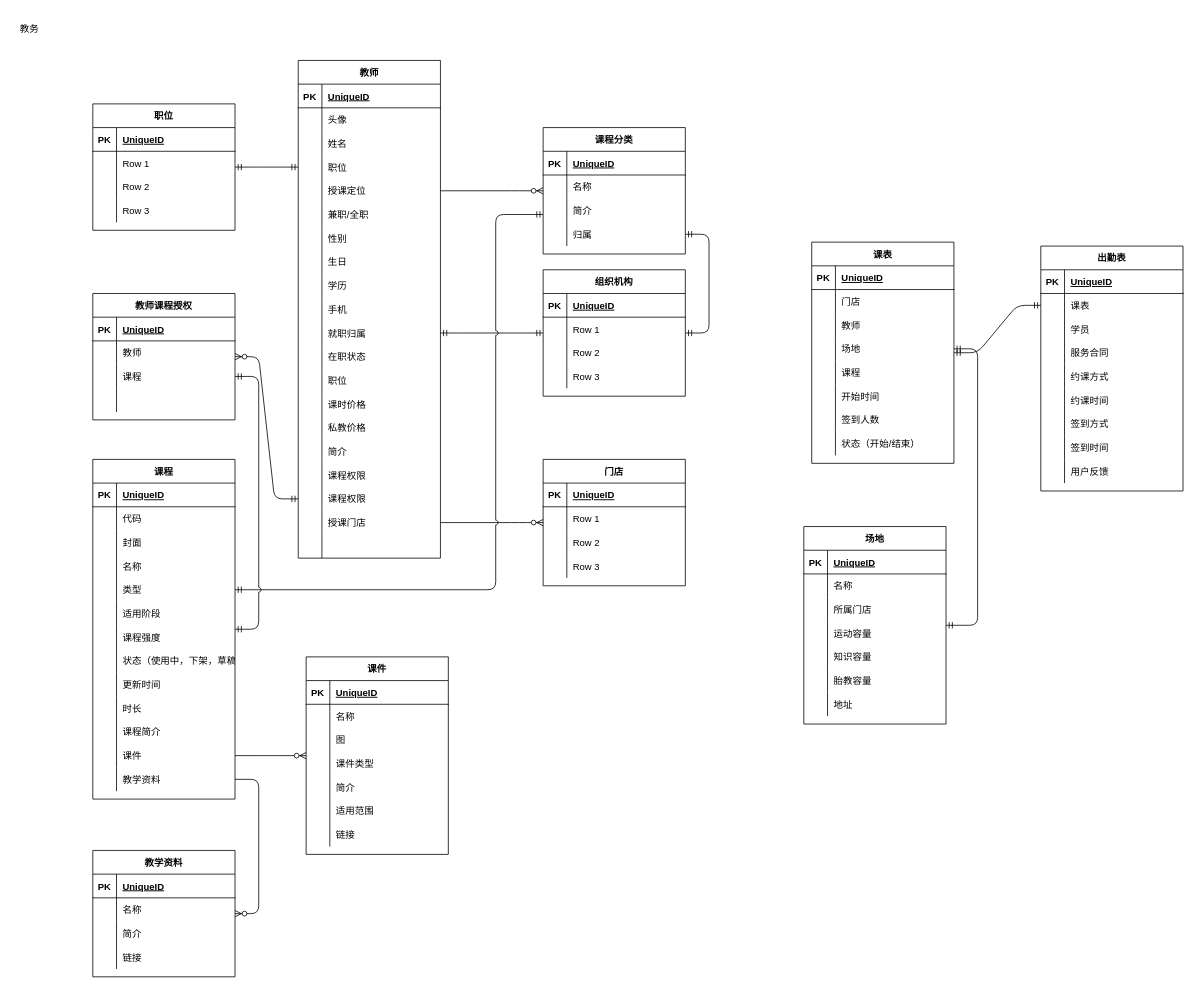
mumuu/drawiofiles keeps this draw.io diagram as page "教务" (1 of 2) of yunjia.drawio. Above is the earlier version. Source tidied: cells renumbered, new cells numbered last; positions are measured from the earlier drawing's top-left corner, leaving out a move shared by most shapes. Both pictures are drawn from the tidied source at 79%, with x=0, y=0 at pixel (13, 21).
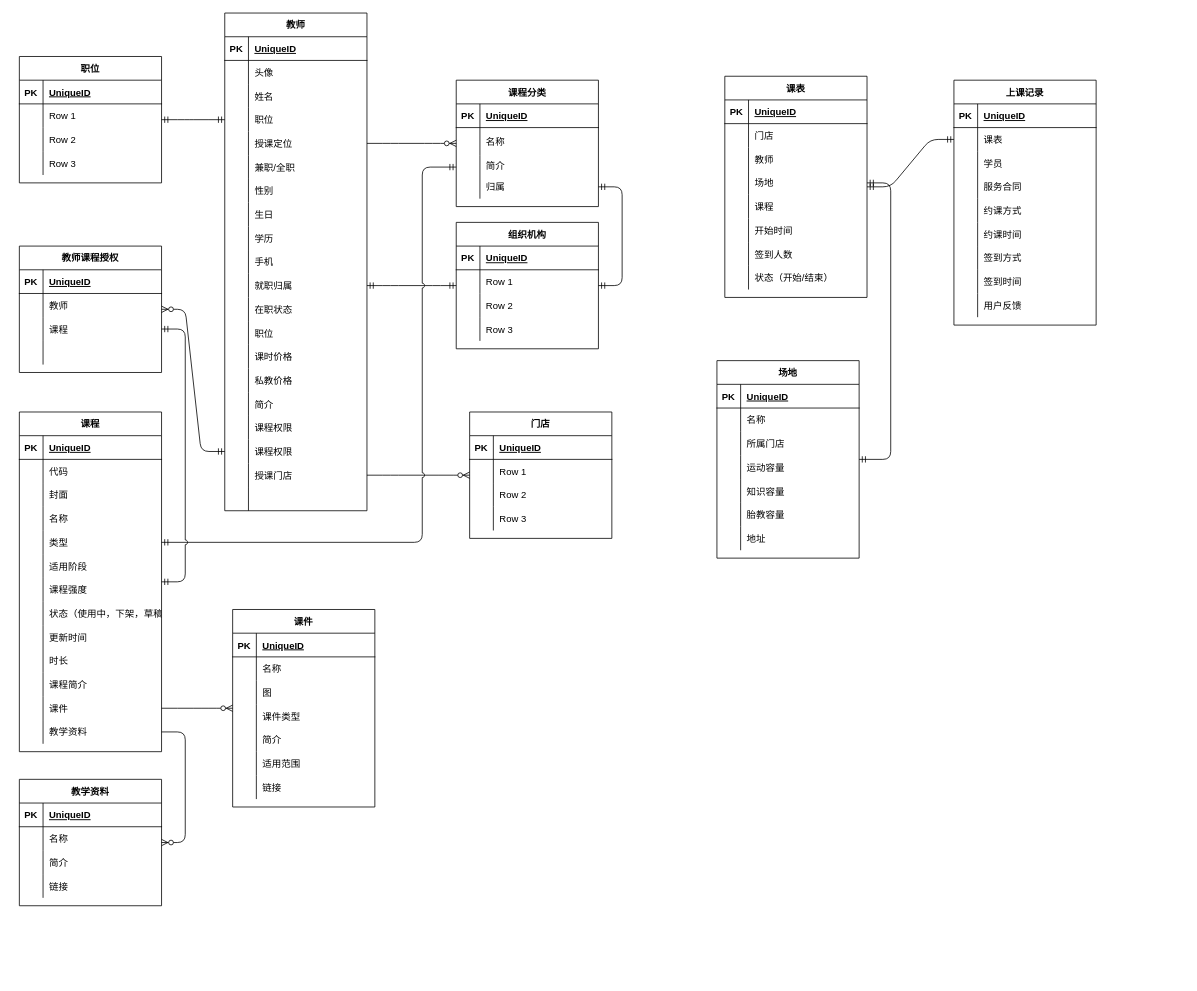
The same page after the edit.

Unchanged cells that the change refers to:
```xml
<mxCell id="90" style="shape=partialRectangle;fillColor=none;top=0;left=0;bottom=0;right=0;points=[[0,0.5],[1,0.5]];portConstraint=eastwest;" parent="77" vertex="1">
  <mxGeometry y="150" width="180" height="30" as="geometry" />
</mxCell>
```

Change to the diagram source:
```diff
@@
-    <mxCell id="2" value="教务&lt;br&gt;" style="text;html=1;strokeColor=none;fillColor=none;align=center;verticalAlign=middle;whiteSpace=wrap;rounded=0;" parent="1" vertex="1">
-      <mxGeometry width="40" height="20" as="geometry" />
-    </mxCell>
     <mxCell id="3" value="教师" style="shape=table;startSize=30;childLayout=tableLayout;rowLines=0;fontStyle=1;align=center;" parent="1" vertex="1">
-      <mxGeometry x="360" y="50" width="180" height="630" as="geometry" />
+      <mxGeometry x="267" y="-10" width="180" height="630" as="geometry" />
     </mxCell>
@@
     <mxCell id="64" value="门店" style="shape=table;startSize=30;childLayout=tableLayout;rowLines=0;fontStyle=1;align=center;" parent="1" vertex="1">
-      <mxGeometry x="670" y="555" width="180" height="160" as="geometry" />
+      <mxGeometry x="577" y="495" width="180" height="160" as="geometry" />
     </mxCell>
@@
     <mxCell id="77" value="课程" style="shape=table;startSize=30;childLayout=tableLayout;rowLines=0;fontStyle=1;align=center;" parent="1" vertex="1">
-      <mxGeometry x="100" y="555" width="180" height="430" as="geometry" />
+      <mxGeometry x="7" y="495" width="180" height="430" as="geometry" />
     </mxCell>
@@
     <mxCell id="118" value="职位" style="shape=table;startSize=30;childLayout=tableLayout;rowLines=0;fontStyle=1;align=center;" parent="1" vertex="1">
-      <mxGeometry x="100" y="105" width="180" height="160" as="geometry" />
+      <mxGeometry x="7" y="45" width="180" height="160" as="geometry" />
     </mxCell>
@@
     <mxCell id="132" value="课程分类" style="shape=table;startSize=30;childLayout=tableLayout;rowLines=0;fontStyle=1;align=center;" parent="1" vertex="1">
-      <mxGeometry x="670" y="135" width="180" height="160" as="geometry" />
+      <mxGeometry x="560" y="75" width="180" height="160" as="geometry" />
     </mxCell>
@@
     <mxCell id="136" style="shape=partialRectangle;fillColor=none;top=0;left=0;bottom=0;right=0;" parent="132" vertex="1">
-      <mxGeometry y="60" width="180" height="30" as="geometry" />
+      <mxGeometry y="60" width="180" height="35" as="geometry" />
     </mxCell>
     <mxCell id="137" style="shape=partialRectangle;fillColor=none;top=0;left=0;bottom=0;right=0;overflow=hidden;" parent="136" vertex="1">
-      <mxGeometry width="30" height="30" as="geometry" />
+      <mxGeometry width="30" height="35" as="geometry" />
     </mxCell>
     <mxCell id="138" value="名称" style="shape=partialRectangle;fillColor=none;top=0;left=0;bottom=0;right=0;align=left;spacingLeft=6;overflow=hidden;" parent="136" vertex="1">
-      <mxGeometry x="30" width="150" height="30" as="geometry" />
+      <mxGeometry x="30" width="150" height="35" as="geometry" />
     </mxCell>
     <mxCell id="139" style="shape=partialRectangle;fillColor=none;top=0;left=0;bottom=0;right=0;" parent="132" vertex="1">
-      <mxGeometry y="90" width="180" height="30" as="geometry" />
+      <mxGeometry y="95" width="180" height="25" as="geometry" />
     </mxCell>
     <mxCell id="140" style="shape=partialRectangle;fillColor=none;top=0;left=0;bottom=0;right=0;overflow=hidden;" parent="139" vertex="1">
-      <mxGeometry width="30" height="30" as="geometry" />
+      <mxGeometry width="30" height="25" as="geometry" />
     </mxCell>
     <mxCell id="141" value="简介" style="shape=partialRectangle;fillColor=none;top=0;left=0;bottom=0;right=0;align=left;spacingLeft=6;overflow=hidden;" parent="139" vertex="1">
-      <mxGeometry x="30" width="150" height="30" as="geometry" />
+      <mxGeometry x="30" width="150" height="25" as="geometry" />
     </mxCell>
@@
     <mxCell id="146" value="组织机构" style="shape=table;startSize=30;childLayout=tableLayout;rowLines=0;fontStyle=1;align=center;" parent="1" vertex="1">
-      <mxGeometry x="670" y="315" width="180" height="160" as="geometry" />
+      <mxGeometry x="560" y="255" width="180" height="160" as="geometry" />
     </mxCell>
@@
     <mxCell id="160" style="edgeStyle=orthogonalEdgeStyle;fontSize=12;html=1;endArrow=ERmandOne;startArrow=ERmandOne;jumpStyle=arc;noJump=0;shadow=0;sketch=0;" parent="1" edge="1" source="90" target="132">
       <mxGeometry relative="1" as="geometry">
         <Array as="points">
-          <mxPoint x="610" y="720" />
-          <mxPoint x="610" y="245" />
+          <mxPoint x="517" y="660" />
+          <mxPoint x="517" y="185" />
         </Array>
       </mxGeometry>
     </mxCell>
     <mxCell id="161" value="课件" style="shape=table;startSize=30;childLayout=tableLayout;rowLines=0;fontStyle=1;align=center;" parent="1" vertex="1">
-      <mxGeometry x="370" y="805" width="180" height="250" as="geometry" />
+      <mxGeometry x="277" y="745" width="180" height="250" as="geometry" />
     </mxCell>
@@
     <mxCell id="184" value="教学资料" style="shape=table;startSize=30;childLayout=tableLayout;rowLines=0;fontStyle=1;align=center;" parent="1" vertex="1">
-      <mxGeometry x="100" y="1050" width="180" height="160" as="geometry" />
+      <mxGeometry x="7" y="960" width="180" height="160" as="geometry" />
     </mxCell>
@@
     <mxCell id="198" value="教师课程授权" style="shape=table;startSize=30;childLayout=tableLayout;rowLines=0;fontStyle=1;align=center;" parent="1" vertex="1">
-      <mxGeometry x="100" y="345" width="180" height="160" as="geometry" />
+      <mxGeometry x="7" y="285" width="180" height="160" as="geometry" />
     </mxCell>
@@
     <mxCell id="214" value="课表" style="shape=table;startSize=30;childLayout=tableLayout;rowLines=0;fontStyle=1;align=center;" parent="1" vertex="1">
-      <mxGeometry x="1010" y="280" width="180" height="280" as="geometry" />
+      <mxGeometry x="900" y="70" width="180" height="280" as="geometry" />
     </mxCell>
@@
-    <mxCell id="239" value="出勤表" style="shape=table;startSize=30;childLayout=tableLayout;rowLines=0;fontStyle=1;align=center;" parent="1" vertex="1">
-      <mxGeometry x="1300" y="285" width="180" height="310" as="geometry" />
+    <mxCell id="239" value="上课记录" style="shape=table;startSize=30;childLayout=tableLayout;rowLines=0;fontStyle=1;align=center;" parent="1" vertex="1">
+      <mxGeometry x="1190" y="75" width="180" height="310" as="geometry" />
     </mxCell>
@@
     <mxCell id="268" value="场地" style="shape=table;startSize=30;childLayout=tableLayout;rowLines=0;fontStyle=1;align=center;" parent="1" vertex="1">
-      <mxGeometry x="1000" y="640" width="180" height="250" as="geometry" />
+      <mxGeometry x="890" y="430" width="180" height="250" as="geometry" />
     </mxCell>
```
